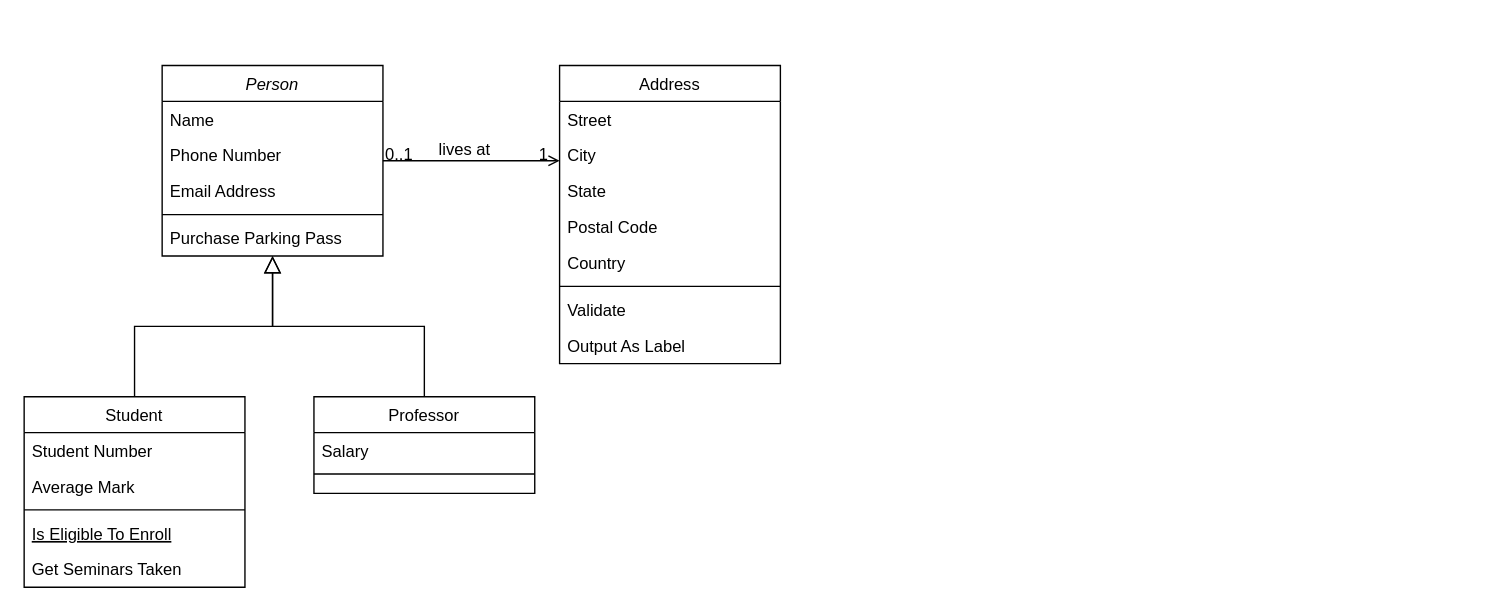
Earlier version of the draw.io diagram base de données.drawio (Igniiis/Genie_logiciel). Source tidied: cells renumbered, new cells numbered last; positions are measured from the earlier drawing's top-left corner, leaving out a move shared by most shapes. Both pictures are drawn from the tidied source at 138%, with x=0, y=0 at pixel (23, 65).
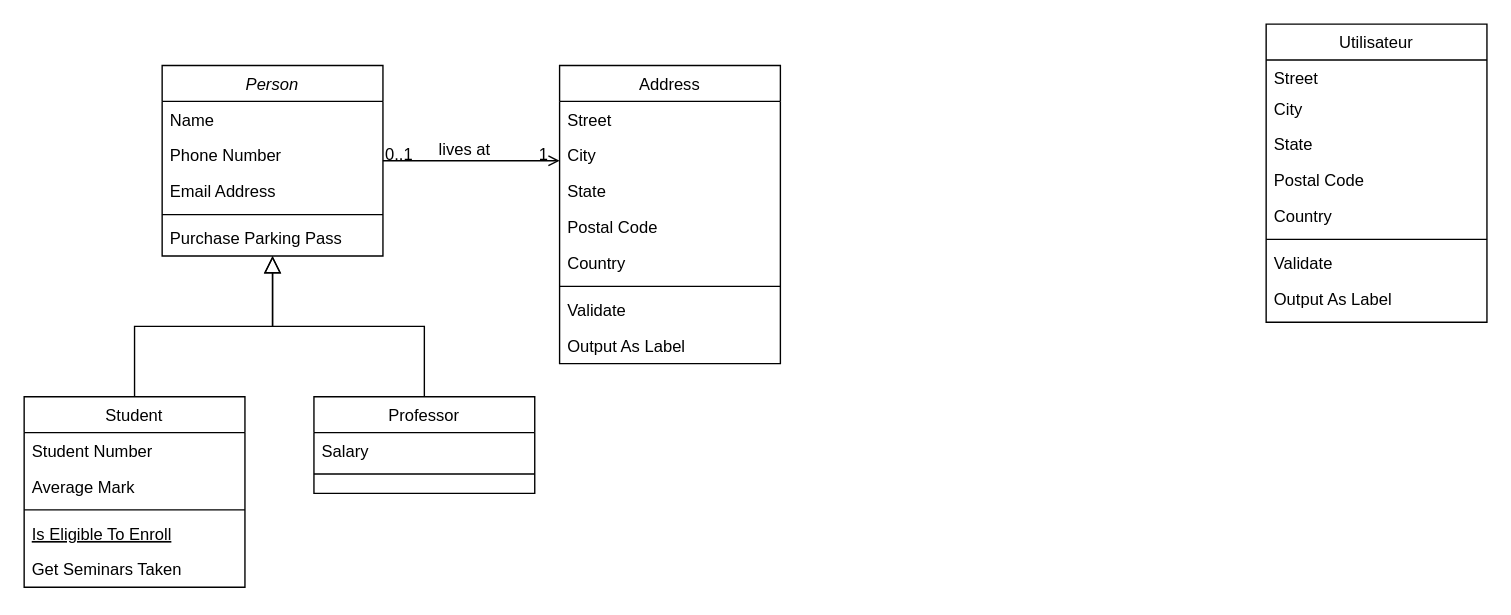
The same page after the edit.

Commit message (it also covers changes not shown here):
Mettre à jour base de données.drawio

Change to the diagram source:
```diff
@@
+    <mxCell id="32" value="Utilisateur" style="swimlane;fontStyle=0;align=center;verticalAlign=top;horizontal=1;startSize=26;rounded=0;shadow=0;strokeWidth=1;" parent="1" vertex="1">
+      <mxGeometry x="900" y="-30" width="160" height="216" as="geometry" />
+    </mxCell>
+    <mxCell id="33" value="Street" style="text;align=left;verticalAlign=top;spacingLeft=4;spacingRight=4;overflow=hidden;" parent="32" vertex="1">
+      <mxGeometry y="26" width="160" height="22" as="geometry" />
+    </mxCell>
+    <mxCell id="34" value="City" style="text;align=left;verticalAlign=top;spacingLeft=4;spacingRight=4;overflow=hidden;rounded=0;shadow=0;html=0;" parent="32" vertex="1">
+      <mxGeometry y="48" width="160" height="26" as="geometry" />
+    </mxCell>
+    <mxCell id="35" value="State" style="text;align=left;verticalAlign=top;spacingLeft=4;spacingRight=4;overflow=hidden;rounded=0;shadow=0;html=0;" parent="32" vertex="1">
+      <mxGeometry y="74" width="160" height="26" as="geometry" />
+    </mxCell>
+    <mxCell id="36" value="Postal Code" style="text;align=left;verticalAlign=top;spacingLeft=4;spacingRight=4;overflow=hidden;rounded=0;shadow=0;html=0;" parent="32" vertex="1">
+      <mxGeometry y="100" width="160" height="26" as="geometry" />
+    </mxCell>
+    <mxCell id="37" value="Country" style="text;align=left;verticalAlign=top;spacingLeft=4;spacingRight=4;overflow=hidden;rounded=0;shadow=0;html=0;" parent="32" vertex="1">
+      <mxGeometry y="126" width="160" height="26" as="geometry" />
+    </mxCell>
+    <mxCell id="38" style="line;html=1;strokeWidth=1;align=left;verticalAlign=middle;spacingTop=-1;spacingLeft=3;spacingRight=3;labelPosition=right;" parent="32" vertex="1">
+      <mxGeometry y="152" width="160" height="8" as="geometry" />
+    </mxCell>
+    <mxCell id="39" value="Validate" style="text;align=left;verticalAlign=top;spacingLeft=4;spacingRight=4;overflow=hidden;" parent="32" vertex="1">
+      <mxGeometry y="160" width="160" height="26" as="geometry" />
+    </mxCell>
+    <mxCell id="40" value="Output As Label" style="text;align=left;verticalAlign=top;spacingLeft=4;spacingRight=4;overflow=hidden;" parent="32" vertex="1">
+      <mxGeometry y="186" width="160" height="26" as="geometry" />
+    </mxCell>
```
